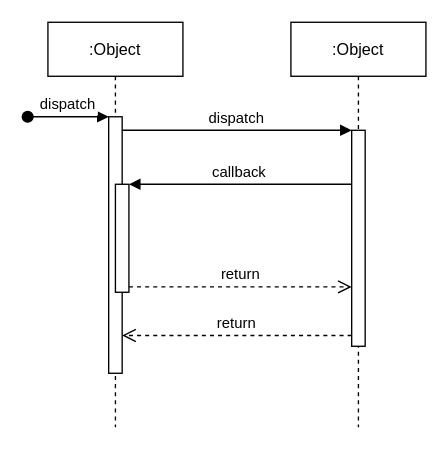
The draw.io diagram Untitled Diagram.drawio in leaow5/book, before the edit. Source tidied: cells renumbered, new cells numbered last; positions are measured from the earlier drawing's top-left corner, leaving out a move shared by most shapes. Both pictures are drawn from the tidied source at 135%, with x=0, y=0 at pixel (27, 22).
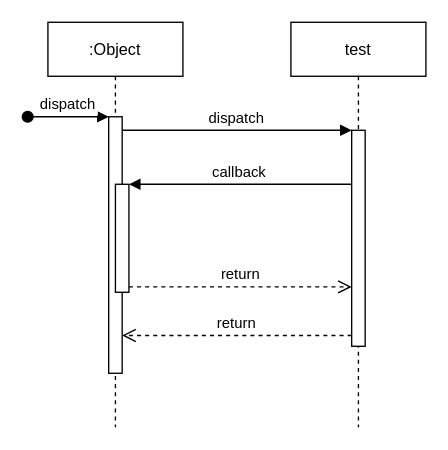
Above is the later version.

Diff of the diagram source:
```diff
@@
 <mxGraphModel>
   <root>
     <mxCell id="0" />
     <mxCell id="1" parent="0" />
     <mxCell id="2" value=":Object" style="shape=umlLifeline;perimeter=lifelinePerimeter;rounded=0;shadow=0;strokeWidth=1;" parent="1" vertex="1">
       <mxGeometry x="15" width="100" height="300" as="geometry" />
     </mxCell>
     <mxCell id="3" style="points=[];perimeter=orthogonalPerimeter;rounded=0;shadow=0;strokeWidth=1;" parent="2" vertex="1">
       <mxGeometry x="45" y="70" width="10" height="190" as="geometry" />
     </mxCell>
     <mxCell id="4" value="dispatch" style="verticalAlign=bottom;startArrow=oval;endArrow=block;startSize=8;shadow=0;strokeWidth=1;" parent="2" edge="1" target="3">
       <mxGeometry relative="1" as="geometry">
         <mxPoint x="-15" y="70" as="sourcePoint" />
       </mxGeometry>
     </mxCell>
     <mxCell id="5" style="points=[];perimeter=orthogonalPerimeter;rounded=0;shadow=0;strokeWidth=1;" parent="2" vertex="1">
       <mxGeometry x="50" y="120" width="10" height="80" as="geometry" />
     </mxCell>
-    <mxCell id="6" value=":Object" style="shape=umlLifeline;perimeter=lifelinePerimeter;rounded=0;shadow=0;strokeWidth=1;" parent="1" vertex="1">
+    <mxCell id="6" value="test" style="shape=umlLifeline;perimeter=lifelinePerimeter;rounded=0;shadow=0;strokeWidth=1;" parent="1" vertex="1">
       <mxGeometry x="195" width="100" height="300" as="geometry" />
     </mxCell>
     <mxCell id="7" style="points=[];perimeter=orthogonalPerimeter;rounded=0;shadow=0;strokeWidth=1;" parent="6" vertex="1">
       <mxGeometry x="45" y="80" width="10" height="160" as="geometry" />
     </mxCell>
     <mxCell id="8" value="return" style="verticalAlign=bottom;endArrow=open;dashed=1;endSize=8;exitX=0;exitY=0.95;shadow=0;strokeWidth=1;" parent="1" edge="1" source="7" target="3">
       <mxGeometry relative="1" as="geometry" />
     </mxCell>
     <mxCell id="9" value="dispatch" style="verticalAlign=bottom;endArrow=block;entryX=0;entryY=0;shadow=0;strokeWidth=1;" parent="1" edge="1" source="3" target="7">
       <mxGeometry relative="1" as="geometry" />
     </mxCell>
     <mxCell id="10" value="callback" style="verticalAlign=bottom;endArrow=block;entryX=1;entryY=0;shadow=0;strokeWidth=1;" parent="1" edge="1" source="7" target="5">
       <mxGeometry relative="1" as="geometry" />
     </mxCell>
     <mxCell id="11" value="return" style="verticalAlign=bottom;endArrow=open;dashed=1;endSize=8;exitX=1;exitY=0.95;shadow=0;strokeWidth=1;" parent="1" edge="1" source="5" target="7">
       <mxGeometry relative="1" as="geometry" />
     </mxCell>
   </root>
 </mxGraphModel>
```
